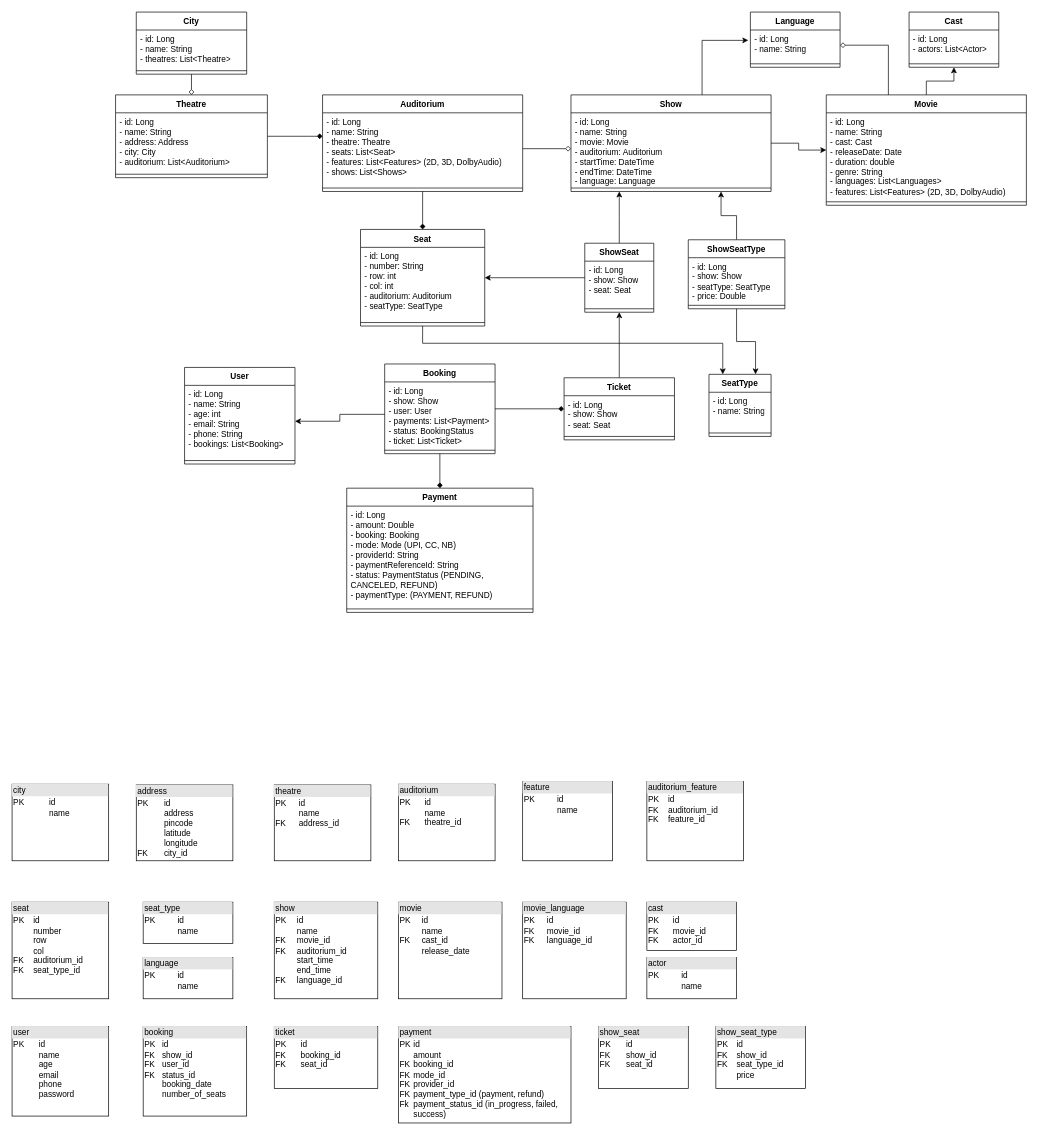
Before: src/main/java/bookmyshow/resources/bms-class-diagram.drawio in ranchauh/lld, a draw.io diagram. Source tidied: cells renumbered, new cells numbered last; positions are measured from the earlier drawing's top-left corner, leaving out a move shared by most shapes. Both pictures are drawn from the tidied source at 69%, with x=0, y=0 at pixel (12, 12).
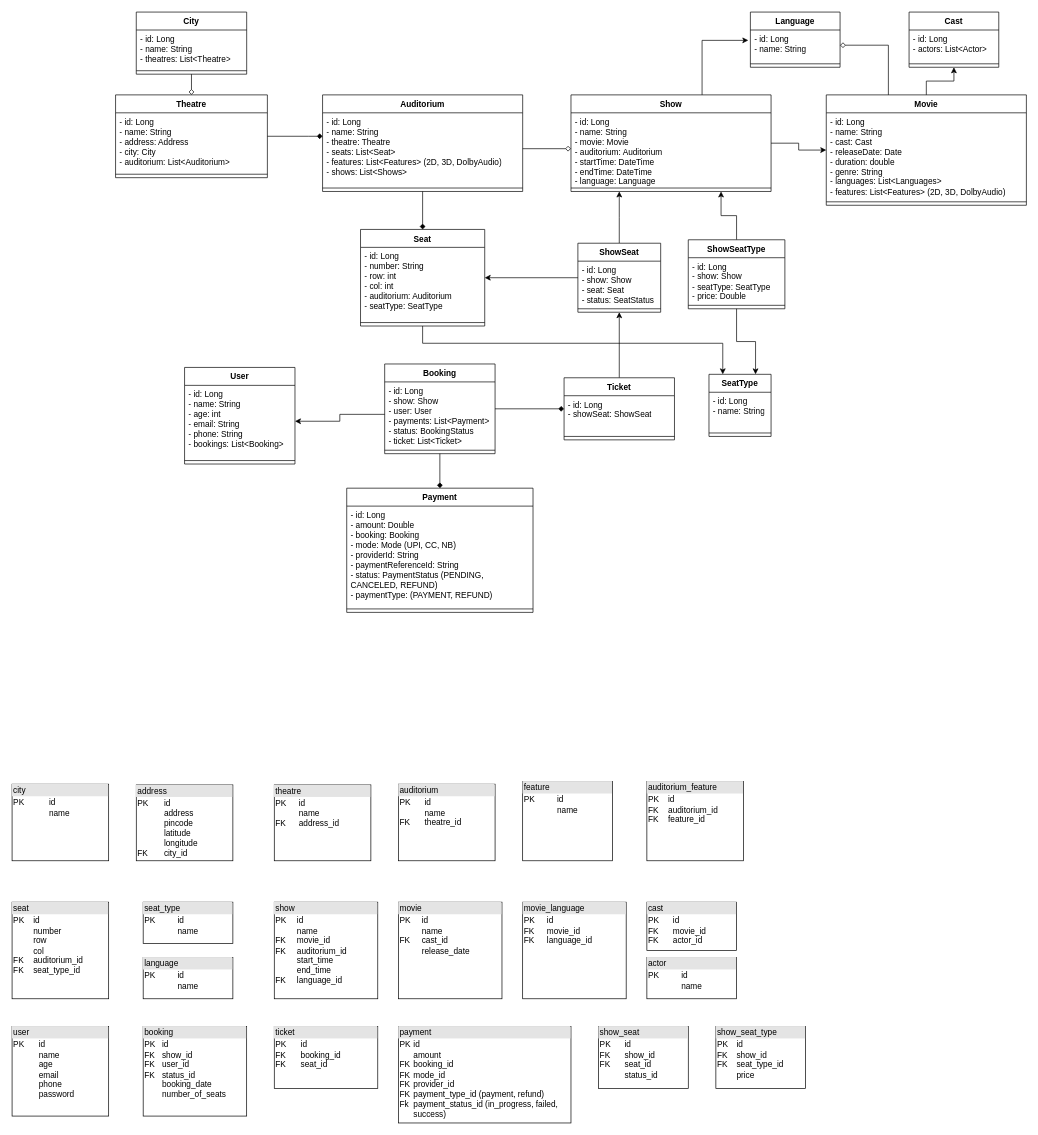
The same page after the edit.

Commit message (it also covers changes not shown here):
book-my-show implementation

Unchanged cells that the change refers to:
```xml
<mxCell id="47" value="Ticket" style="swimlane;fontStyle=1;align=center;verticalAlign=top;horizontal=1;startSize=26;whiteSpace=wrap;html=1;" parent="1" vertex="1">
  <mxGeometry x="800" y="530" width="160" height="90" as="geometry" />
</mxCell>
```

Change to the diagram source:
```diff
@@
-    <mxCell id="48" value="- id: Long&lt;br&gt;- show: Show&lt;br&gt;- seat: Seat" style="text;strokeColor=none;fillColor=none;align=left;verticalAlign=top;spacingLeft=4;spacingRight=4;overflow=hidden;whiteSpace=wrap;html=1;" parent="47" vertex="1">
+    <mxCell id="48" value="- id: Long&lt;br&gt;- showSeat: ShowSeat" style="text;strokeColor=none;fillColor=none;align=left;verticalAlign=top;spacingLeft=4;spacingRight=4;overflow=hidden;whiteSpace=wrap;html=1;" parent="47" vertex="1">
       <mxGeometry y="26" width="160" height="54" as="geometry" />
     </mxCell>
@@
     <mxCell id="55" value="ShowSeat" style="swimlane;fontStyle=1;align=center;verticalAlign=top;horizontal=1;startSize=26;whiteSpace=wrap;html=1;" parent="1" vertex="1">
-      <mxGeometry x="830" y="335" width="100" height="100" as="geometry" />
+      <mxGeometry x="820" y="335" width="120" height="100" as="geometry" />
     </mxCell>
-    <mxCell id="56" value="- id: Long&lt;br&gt;- show: Show&lt;br&gt;- seat: Seat" style="text;strokeColor=none;fillColor=none;align=left;verticalAlign=top;spacingLeft=4;spacingRight=4;overflow=hidden;whiteSpace=wrap;html=1;" parent="55" vertex="1">
-      <mxGeometry y="26" width="100" height="64" as="geometry" />
+    <mxCell id="56" value="- id: Long&lt;br&gt;- show: Show&lt;br&gt;- seat: Seat&lt;br&gt;- status: SeatStatus" style="text;strokeColor=none;fillColor=none;align=left;verticalAlign=top;spacingLeft=4;spacingRight=4;overflow=hidden;whiteSpace=wrap;html=1;" parent="55" vertex="1">
+      <mxGeometry y="26" width="120" height="64" as="geometry" />
     </mxCell>
     <mxCell id="57" style="line;strokeWidth=1;fillColor=none;align=left;verticalAlign=middle;spacingTop=-1;spacingLeft=3;spacingRight=3;labelPosition=right;strokeColor=inherit;" parent="55" vertex="1">
-      <mxGeometry y="90" width="100" height="10" as="geometry" />
+      <mxGeometry y="90" width="120" height="10" as="geometry" />
     </mxCell>
@@
-    <mxCell id="82" value="&lt;div style=&quot;box-sizing:border-box;width:100%;background:#e4e4e4;padding:2px;&quot;&gt;show_seat&lt;/div&gt;&lt;table style=&quot;width:100%;font-size:1em;&quot; cellpadding=&quot;2&quot; cellspacing=&quot;0&quot;&gt;&lt;tbody&gt;&lt;tr&gt;&lt;td&gt;PK&lt;br&gt;FK&lt;br&gt;FK&lt;/td&gt;&lt;td&gt;id&lt;br&gt;show_id&lt;br&gt;seat_id&lt;/td&gt;&lt;/tr&gt;&lt;/tbody&gt;&lt;/table&gt;" style="verticalAlign=top;align=left;overflow=fill;html=1;whiteSpace=wrap;" parent="1" vertex="1">
+    <mxCell id="82" value="&lt;div style=&quot;box-sizing:border-box;width:100%;background:#e4e4e4;padding:2px;&quot;&gt;show_seat&lt;/div&gt;&lt;table style=&quot;width:100%;font-size:1em;&quot; cellpadding=&quot;2&quot; cellspacing=&quot;0&quot;&gt;&lt;tbody&gt;&lt;tr&gt;&lt;td&gt;PK&lt;br&gt;FK&lt;br&gt;FK&lt;br&gt;&lt;br&gt;&lt;/td&gt;&lt;td&gt;id&lt;br&gt;show_id&lt;br&gt;seat_id&lt;br&gt;status_id&lt;/td&gt;&lt;/tr&gt;&lt;/tbody&gt;&lt;/table&gt;" style="verticalAlign=top;align=left;overflow=fill;html=1;whiteSpace=wrap;" parent="1" vertex="1">
       <mxGeometry x="850" y="1470" width="130" height="90" as="geometry" />
     </mxCell>
```
